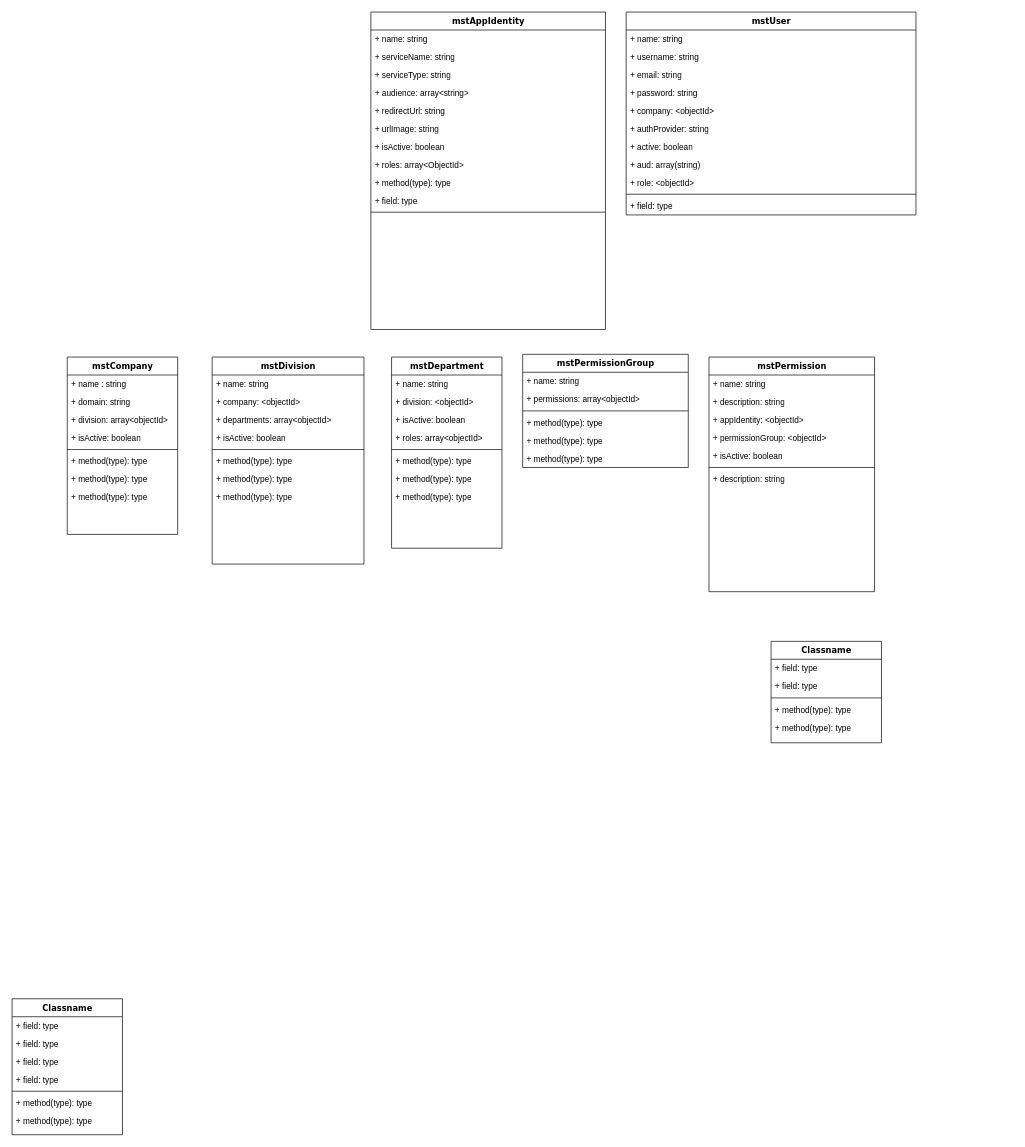
Above: star-sso-api.drawio in CodebarPhantom/aws-diagram (draw.io), before the change. Source tidied: cells renumbered, new cells numbered last; positions are measured from the earlier drawing's top-left corner, leaving out a move shared by most shapes. Both pictures are drawn from the tidied source at 69%, with x=0, y=0 at pixel (12, 12).
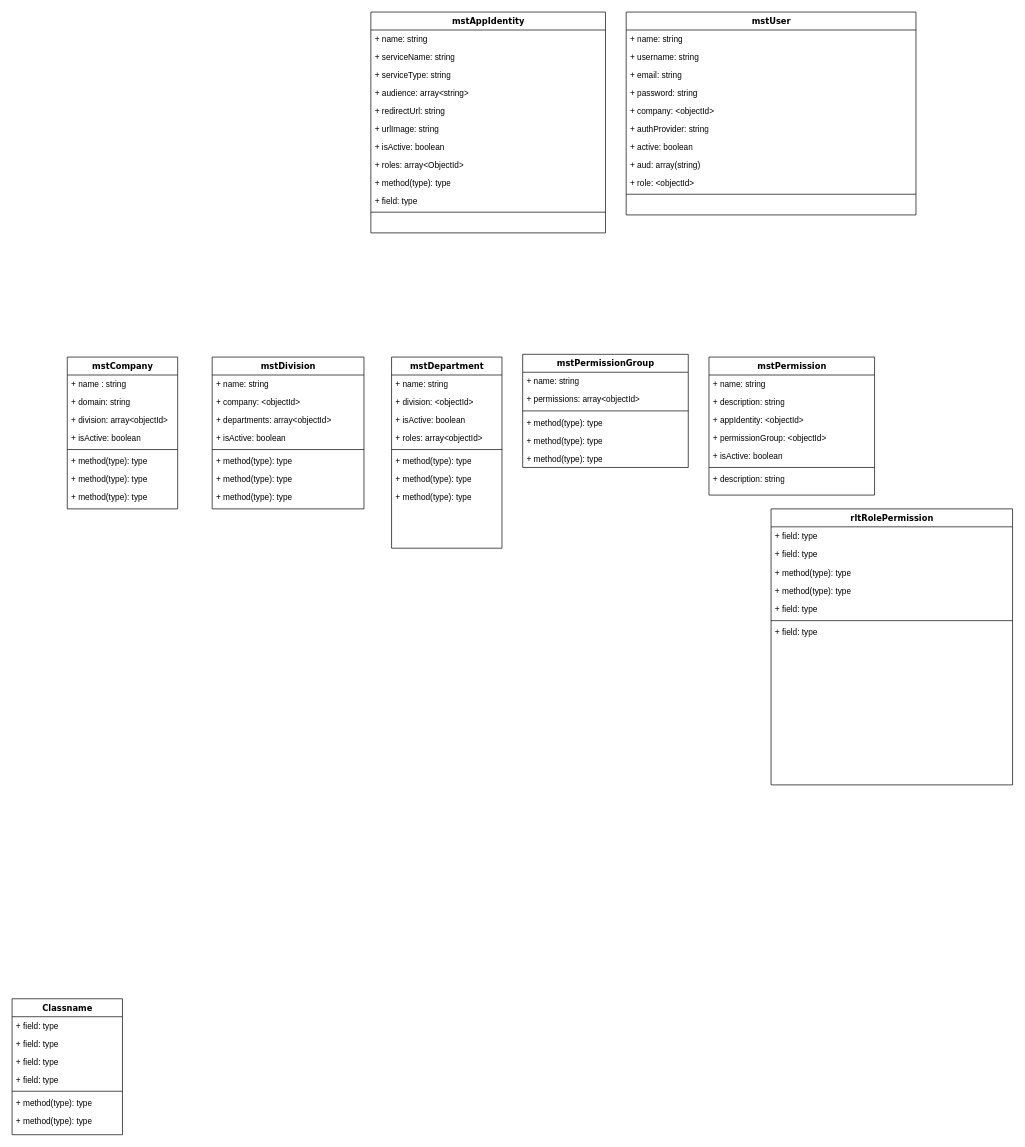
Above is the later version.

Unchanged cells that the change refers to:
```xml
<mxCell id="56" value="mstUser" style="swimlane;html=1;fontStyle=1;align=center;verticalAlign=top;horizontal=1;startSize=26;swimlaneFillColor=#ffffff;rounded=0;shadow=0;comic=0;labelBackgroundColor=none;strokeWidth=1;fillColor=none;fontFamily=Verdana;fontSize=12;" parent="1" vertex="1">
  <mxGeometry x="890" width="420" height="294" as="geometry" />
</mxCell>
```

Diff of the diagram source:
```diff
@@
     <mxCell id="2" value="mstCompany" style="swimlane;html=1;fontStyle=1;align=center;verticalAlign=top;horizontal=1;startSize=26;swimlaneFillColor=#ffffff;rounded=0;shadow=0;comic=0;labelBackgroundColor=none;strokeWidth=1;fillColor=none;fontFamily=Verdana;fontSize=12;" parent="1" vertex="1">
-      <mxGeometry x="80" y="500" width="160" height="257" as="geometry" />
+      <mxGeometry x="80" y="500" width="160" height="220" as="geometry" />
     </mxCell>
@@
     <mxCell id="28" value="mstDivision" style="swimlane;html=1;fontStyle=1;align=center;verticalAlign=top;horizontal=1;startSize=26;swimlaneFillColor=#ffffff;rounded=0;shadow=0;comic=0;labelBackgroundColor=none;strokeWidth=1;fillColor=none;fontFamily=Verdana;fontSize=12;" parent="1" vertex="1">
-      <mxGeometry x="290" y="500" width="220" height="300" as="geometry" />
+      <mxGeometry x="290" y="500" width="220" height="220" as="geometry" />
     </mxCell>
@@
     <mxCell id="44" value="mstAppIdentity" style="swimlane;html=1;fontStyle=1;align=center;verticalAlign=top;horizontal=1;startSize=26;swimlaneFillColor=#ffffff;rounded=0;shadow=0;comic=0;labelBackgroundColor=none;strokeWidth=1;fillColor=none;fontFamily=Verdana;fontSize=12;" parent="1" vertex="1">
-      <mxGeometry x="520" width="340" height="460" as="geometry" />
+      <mxGeometry x="520" width="340" height="320" as="geometry" />
     </mxCell>
@@
-    <mxCell id="67" value="+ field: type" style="text;html=1;strokeColor=none;fillColor=none;align=left;verticalAlign=top;spacingLeft=4;spacingRight=4;whiteSpace=wrap;overflow=hidden;" parent="56" vertex="1">
-      <mxGeometry y="268" width="420" height="26" as="geometry" />
-    </mxCell>
-    <mxCell id="68" value="Classname" style="swimlane;html=1;fontStyle=1;align=center;verticalAlign=top;horizontal=1;startSize=26;swimlaneFillColor=#ffffff;rounded=0;shadow=0;comic=0;labelBackgroundColor=none;strokeWidth=1;fillColor=none;fontFamily=Verdana;fontSize=12;" parent="1" vertex="1">
-      <mxGeometry x="1100" y="912" width="160" height="147" as="geometry" />
+    <mxCell id="68" value="rltRolePermission" style="swimlane;html=1;fontStyle=1;align=center;verticalAlign=top;horizontal=1;startSize=26;swimlaneFillColor=#ffffff;rounded=0;shadow=0;comic=0;labelBackgroundColor=none;strokeWidth=1;fillColor=none;fontFamily=Verdana;fontSize=12;" parent="1" vertex="1">
+      <mxGeometry x="1100" y="720" width="350" height="400" as="geometry" />
     </mxCell>
     <mxCell id="69" value="+ field: type" style="text;html=1;strokeColor=none;fillColor=none;align=left;verticalAlign=top;spacingLeft=4;spacingRight=4;whiteSpace=wrap;overflow=hidden;" parent="68" vertex="1">
-      <mxGeometry y="26" width="160" height="26" as="geometry" />
+      <mxGeometry y="26" width="350" height="26" as="geometry" />
     </mxCell>
     <mxCell id="70" value="+ field: type" style="text;html=1;strokeColor=none;fillColor=none;align=left;verticalAlign=top;spacingLeft=4;spacingRight=4;whiteSpace=wrap;overflow=hidden;" parent="68" vertex="1">
-      <mxGeometry y="52" width="160" height="26" as="geometry" />
+      <mxGeometry y="52" width="350" height="28" as="geometry" />
     </mxCell>
+    <mxCell id="73" value="+ method(type): type" style="text;html=1;strokeColor=none;fillColor=none;align=left;verticalAlign=top;spacingLeft=4;spacingRight=4;whiteSpace=wrap;overflow=hidden;" parent="68" vertex="1">
+      <mxGeometry y="80" width="350" height="26" as="geometry" />
+    </mxCell>
+    <mxCell id="72" value="+ method(type): type" style="text;html=1;strokeColor=none;fillColor=none;align=left;verticalAlign=top;spacingLeft=4;spacingRight=4;whiteSpace=wrap;overflow=hidden;" parent="68" vertex="1">
+      <mxGeometry y="106" width="350" height="26" as="geometry" />
+    </mxCell>
+    <mxCell id="82" value="+ field: type" style="text;html=1;strokeColor=none;fillColor=none;align=left;verticalAlign=top;spacingLeft=4;spacingRight=4;whiteSpace=wrap;overflow=hidden;" parent="68" vertex="1">
+      <mxGeometry y="132" width="350" height="26" as="geometry" />
+    </mxCell>
     <mxCell id="71" style="line;html=1;strokeWidth=1;fillColor=none;align=left;verticalAlign=middle;spacingTop=-1;spacingLeft=3;spacingRight=3;labelPosition=right;" parent="68" vertex="1">
-      <mxGeometry y="78" width="160" height="8" as="geometry" />
+      <mxGeometry y="158" width="350" height="8" as="geometry" />
     </mxCell>
-    <mxCell id="72" value="+ method(type): type" style="text;html=1;strokeColor=none;fillColor=none;align=left;verticalAlign=top;spacingLeft=4;spacingRight=4;whiteSpace=wrap;overflow=hidden;" parent="68" vertex="1">
-      <mxGeometry y="86" width="160" height="26" as="geometry" />
-    </mxCell>
-    <mxCell id="73" value="+ method(type): type" style="text;html=1;strokeColor=none;fillColor=none;align=left;verticalAlign=top;spacingLeft=4;spacingRight=4;whiteSpace=wrap;overflow=hidden;" parent="68" vertex="1">
-      <mxGeometry y="112" width="160" height="26" as="geometry" />
-    </mxCell>
+    <mxCell id="83" value="+ field: type" style="text;html=1;strokeColor=none;fillColor=none;align=left;verticalAlign=top;spacingLeft=4;spacingRight=4;whiteSpace=wrap;overflow=hidden;" parent="68" vertex="1">
+      <mxGeometry y="166" width="350" height="26" as="geometry" />
+    </mxCell>
     <mxCell id="74" value="mstPermission" style="swimlane;html=1;fontStyle=1;align=center;verticalAlign=top;horizontal=1;startSize=26;swimlaneFillColor=#ffffff;rounded=0;shadow=0;comic=0;labelBackgroundColor=none;strokeWidth=1;fillColor=none;fontFamily=Verdana;fontSize=12;" parent="1" vertex="1">
-      <mxGeometry x="1010" y="500" width="240" height="340" as="geometry" />
+      <mxGeometry x="1010" y="500" width="240" height="200" as="geometry" />
     </mxCell>
```
